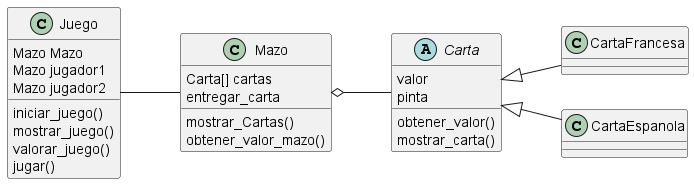
This is out/clases/clases.png from sagarcial/practicagituml, a PlantUML export, as it was before one commit. Its diagram source:
```plantuml
@startuml
left to right direction
abstract Carta
Carta <|-- CartaFrancesa
Carta <|-- CartaEspanola
Mazo  o-- Carta
Juego -- Mazo
Juego : iniciar_juego()
Juego : mostrar_juego()
Juego : valorar_juego()
Juego : jugar()
Juego : Mazo Mazo
Juego : Mazo jugador1
Juego : Mazo jugador2

Carta : valor
Carta : pinta
Carta : obtener_valor()
Carta : mostrar_carta()

Mazo : Carta[] cartas
Mazo : mostrar_Cartas()
Mazo : obtener_valor_mazo()
Mazo : entregar_carta
@enduml
```
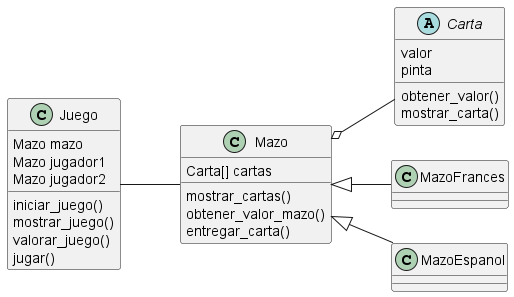
After the commit.

What changed in the source:
```diff
@@ -1,15 +1,17 @@
 @startuml
 left to right direction
+
 abstract Carta
-Carta <|-- CartaFrancesa
-Carta <|-- CartaEspanola
-Mazo  o-- Carta
+Mazo <|-- MazoFrances
+Mazo <|-- MazoEspanol
+Mazo o-- Carta
 Juego -- Mazo
+
 Juego : iniciar_juego()
 Juego : mostrar_juego()
 Juego : valorar_juego()
 Juego : jugar()
-Juego : Mazo Mazo
+Juego : Mazo mazo
 Juego : Mazo jugador1
 Juego : Mazo jugador2
 
@@ -19,7 +21,8 @@
 Carta : mostrar_carta()
 
 Mazo : Carta[] cartas
-Mazo : mostrar_Cartas()
+Mazo : mostrar_cartas()
 Mazo : obtener_valor_mazo()
-Mazo : entregar_carta
+Mazo : entregar_carta()
+
 @enduml
```
